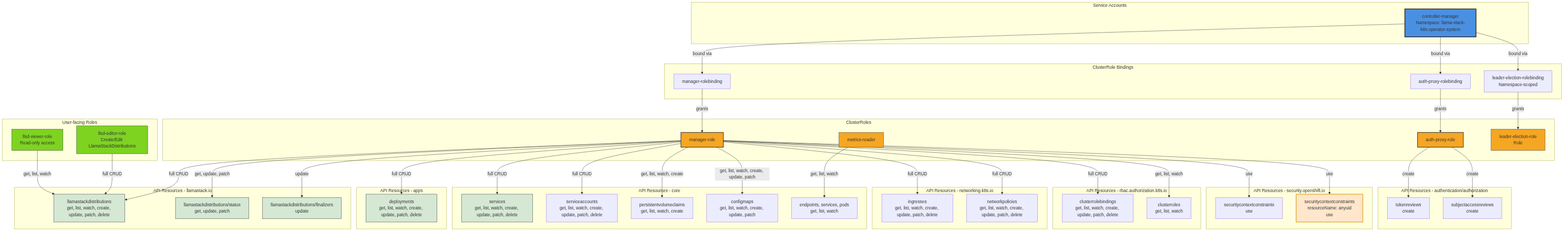
This is architecture/rhoai-2.25/diagrams/llama-stack-k8s-operator-rbac.png from rhuss/architecture-context, a Mermaid export, as it was before one commit. Its source is kept beside it as architecture/rhoai-2.25/diagrams/llama-stack-k8s-operator-rbac.mmd.
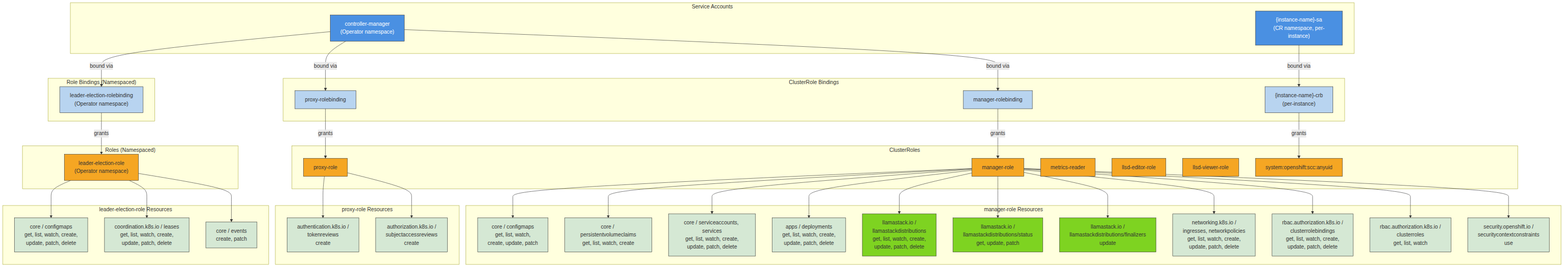
The same file after the commit.

What changed in the source:
```diff
@@ -1,105 +1,113 @@
+
 graph TD
-    subgraph "Service Accounts"
-        SA_Controller[controller-manager<br/>Namespace: llama-stack-k8s-operator-system]
+    subgraph ServiceAccounts["Service Accounts"]
+        SA_CM["controller-manager<br/>(Operator namespace)"]
+        SA_Instance["{instance-name}-sa<br/>(CR namespace, per-instance)"]
     end
 
-    subgraph "ClusterRole Bindings"
-        CRB_Manager[manager-rolebinding]
-        CRB_AuthProxy[auth-proxy-rolebinding]
-        RB_LeaderElection[leader-election-rolebinding<br/>Namespace-scoped]
+    subgraph ClusterRoleBindings["ClusterRole Bindings"]
+        CRB_Manager["manager-rolebinding"]
+        CRB_Proxy["proxy-rolebinding"]
+        CRB_Instance["{instance-name}-crb<br/>(per-instance)"]
     end
 
-    subgraph "ClusterRoles"
-        CR_Manager[manager-role]
-        CR_AuthProxy[auth-proxy-role]
-        CR_MetricsReader[metrics-reader]
-        R_LeaderElection[leader-election-role<br/>Role]
+    subgraph RoleBindings["Role Bindings (Namespaced)"]
+        RB_Leader["leader-election-rolebinding<br/>(Operator namespace)"]
     end
 
-    subgraph "User-facing Roles"
-        CR_Editor[llsd-editor-role<br/>Create/Edit LlamaStackDistributions]
-        CR_Viewer[llsd-viewer-role<br/>Read-only access]
+    subgraph ClusterRoles["ClusterRoles"]
+        CR_Manager["manager-role"]
+        CR_Proxy["proxy-role"]
+        CR_Metrics["metrics-reader"]
+        CR_Editor["llsd-editor-role"]
+        CR_Viewer["llsd-viewer-role"]
+        CR_SCC["system:openshift:scc:anyuid"]
     end
 
-    subgraph "API Resources - llamastack.io"
-        API_LLSD[llamastackdistributions<br/>get, list, watch, create, update, patch, delete]
-        API_LLSD_Status[llamastackdistributions/status<br/>get, update, patch]
-        API_LLSD_Finalizers[llamastackdistributions/finalizers<br/>update]
+    subgraph Roles["Roles (Namespaced)"]
+        R_Leader["leader-election-role<br/>(Operator namespace)"]
     end
 
-    subgraph "API Resources - apps"
-        API_Deployments[deployments<br/>get, list, watch, create, update, patch, delete]
+    subgraph ManagerResources["manager-role Resources"]
+        Res_CM["core / configmaps<br/>get, list, watch,<br/>create, update, patch"]
+        Res_PVC["core / persistentvolumeclaims<br/>get, list, watch, create"]
+        Res_SA_Svc["core / serviceaccounts, services<br/>get, list, watch, create,<br/>update, patch, delete"]
+        Res_Deploy["apps / deployments<br/>get, list, watch, create,<br/>update, patch, delete"]
+        Res_LSD["llamastack.io /<br/>llamastackdistributions<br/>get, list, watch, create,<br/>update, patch, delete"]
+        Res_LSD_Status["llamastack.io /<br/>llamastackdistributions/status<br/>get, update, patch"]
+        Res_LSD_Final["llamastack.io /<br/>llamastackdistributions/finalizers<br/>update"]
+        Res_Net["networking.k8s.io /<br/>ingresses, networkpolicies<br/>get, list, watch, create,<br/>update, patch, delete"]
+        Res_RBAC_CRB["rbac.authorization.k8s.io /<br/>clusterrolebindings<br/>get, list, watch, create,<br/>update, patch, delete"]
+        Res_RBAC_CR["rbac.authorization.k8s.io /<br/>clusterroles<br/>get, list, watch"]
+        Res_SCC["security.openshift.io /<br/>securitycontextconstraints<br/>use"]
     end
 
-    subgraph "API Resources - core"
-        API_Services[services<br/>get, list, watch, create, update, patch, delete]
-        API_ServiceAccounts[serviceaccounts<br/>get, list, watch, create, update, patch, delete]
-        API_PVCs[persistentvolumeclaims<br/>get, list, watch, create]
-        API_ConfigMaps[configmaps<br/>get, list, watch, create, update, patch]
-        API_Metrics[endpoints, services, pods<br/>get, list, watch]
+    subgraph ProxyResources["proxy-role Resources"]
+        Res_TokenReview["authentication.k8s.io /<br/>tokenreviews<br/>create"]
+        Res_SAR["authorization.k8s.io /<br/>subjectaccessreviews<br/>create"]
     end
 
-    subgraph "API Resources - networking.k8s.io"
-        API_Ingresses[ingresses<br/>get, list, watch, create, update, patch, delete]
-        API_NetworkPolicies[networkpolicies<br/>get, list, watch, create, update, patch, delete]
+    subgraph LeaderResources["leader-election-role Resources"]
+        Res_LE_CM["core / configmaps<br/>get, list, watch, create,<br/>update, patch, delete"]
+        Res_Leases["coordination.k8s.io / leases<br/>get, list, watch, create,<br/>update, patch, delete"]
+        Res_Events["core / events<br/>create, patch"]
     end
 
-    subgraph "API Resources - rbac.authorization.k8s.io"
-        API_ClusterRoleBindings[clusterrolebindings<br/>get, list, watch, create, update, patch, delete]
-        API_ClusterRoles[clusterroles<br/>get, list, watch]
-    end
-
-    subgraph "API Resources - security.openshift.io"
-        API_SCC[securitycontextconstraints<br/>use]
-        API_SCC_Anyuid[securitycontextconstraints<br/>resourceName: anyuid<br/>use]
-    end
-
-    subgraph "API Resources - authentication/authorization"
-        API_TokenReviews[tokenreviews<br/>create]
-        API_SubjectAccessReviews[subjectaccessreviews<br/>create]
-    end
-
-    SA_Controller -->|bound via| CRB_Manager
-    SA_Controller -->|bound via| CRB_AuthProxy
-    SA_Controller -->|bound via| RB_LeaderElection
+    SA_CM -->|bound via| CRB_Manager
+    SA_CM -->|bound via| CRB_Proxy
+    SA_CM -->|bound via| RB_Leader
+    SA_Instance -->|bound via| CRB_Instance
 
     CRB_Manager -->|grants| CR_Manager
-    CRB_AuthProxy -->|grants| CR_AuthProxy
-    RB_LeaderElection -->|grants| R_LeaderElection
+    CRB_Proxy -->|grants| CR_Proxy
+    CRB_Instance -->|grants| CR_SCC
+    RB_Leader -->|grants| R_Leader
 
-    CR_Manager -->|full CRUD| API_LLSD
-    CR_Manager -->|get, update, patch| API_LLSD_Status
-    CR_Manager -->|update| API_LLSD_Finalizers
-    CR_Manager -->|full CRUD| API_Deployments
-    CR_Manager -->|full CRUD| API_Services
-    CR_Manager -->|full CRUD| API_ServiceAccounts
-    CR_Manager -->|get, list, watch, create| API_PVCs
-    CR_Manager -->|get, list, watch, create, update, patch| API_ConfigMaps
-    CR_Manager -->|full CRUD| API_Ingresses
-    CR_Manager -->|full CRUD| API_NetworkPolicies
-    CR_Manager -->|full CRUD| API_ClusterRoleBindings
-    CR_Manager -->|get, list, watch| API_ClusterRoles
-    CR_Manager -->|use| API_SCC
-    CR_Manager -->|use| API_SCC_Anyuid
+    CR_Manager --> Res_CM
+    CR_Manager --> Res_PVC
+    CR_Manager --> Res_SA_Svc
+    CR_Manager --> Res_Deploy
+    CR_Manager --> Res_LSD
+    CR_Manager --> Res_LSD_Status
+    CR_Manager --> Res_LSD_Final
+    CR_Manager --> Res_Net
+    CR_Manager --> Res_RBAC_CRB
+    CR_Manager --> Res_RBAC_CR
+    CR_Manager --> Res_SCC
 
-    CR_AuthProxy -->|create| API_TokenReviews
-    CR_AuthProxy -->|create| API_SubjectAccessReviews
+    CR_Proxy --> Res_TokenReview
+    CR_Proxy --> Res_SAR
 
-    CR_MetricsReader -->|get, list, watch| API_Metrics
+    R_Leader --> Res_LE_CM
+    R_Leader --> Res_Leases
+    R_Leader --> Res_Events
 
-    CR_Editor -->|full CRUD| API_LLSD
-    CR_Viewer -->|get, list, watch| API_LLSD
-
-    style SA_Controller fill:#4a90e2,stroke:#333,stroke-width:3px
-    style CR_Manager fill:#f5a623,stroke:#333,stroke-width:2px
-    style CR_AuthProxy fill:#f5a623,stroke:#333,stroke-width:2px
-    style CR_MetricsReader fill:#f5a623,stroke:#333
-    style R_LeaderElection fill:#f5a623,stroke:#333
-    style CR_Editor fill:#7ed321,stroke:#333
-    style CR_Viewer fill:#7ed321,stroke:#333
-    style API_LLSD fill:#d5e8d4,stroke:#333
-    style API_LLSD_Status fill:#d5e8d4,stroke:#333
-    style API_LLSD_Finalizers fill:#d5e8d4,stroke:#333
-    style API_Deployments fill:#d5e8d4,stroke:#333
-    style API_Services fill:#d5e8d4,stroke:#333
-    style API_SCC_Anyuid fill:#ffe6cc,stroke:#d79b00,stroke-width:2px
+    style SA_CM fill:#4a90e2,stroke:#333,color:#fff
+    style SA_Instance fill:#4a90e2,stroke:#333,color:#fff
+    style CRB_Manager fill:#b8d4f0,stroke:#333
+    style CRB_Proxy fill:#b8d4f0,stroke:#333
+    style CRB_Instance fill:#b8d4f0,stroke:#333
+    style RB_Leader fill:#b8d4f0,stroke:#333
+    style CR_Manager fill:#f5a623,stroke:#333
+    style CR_Proxy fill:#f5a623,stroke:#333
+    style CR_Metrics fill:#f5a623,stroke:#333
+    style CR_Editor fill:#f5a623,stroke:#333
+    style CR_Viewer fill:#f5a623,stroke:#333
+    style CR_SCC fill:#f5a623,stroke:#333
+    style R_Leader fill:#f5a623,stroke:#333
+    style Res_LSD fill:#7ed321,stroke:#333
+    style Res_LSD_Status fill:#7ed321,stroke:#333
+    style Res_LSD_Final fill:#7ed321,stroke:#333
+    style Res_CM fill:#d5e8d4,stroke:#333
+    style Res_PVC fill:#d5e8d4,stroke:#333
+    style Res_SA_Svc fill:#d5e8d4,stroke:#333
+    style Res_Deploy fill:#d5e8d4,stroke:#333
+    style Res_Net fill:#d5e8d4,stroke:#333
+    style Res_RBAC_CRB fill:#d5e8d4,stroke:#333
+    style Res_RBAC_CR fill:#d5e8d4,stroke:#333
+    style Res_SCC fill:#d5e8d4,stroke:#333
+    style Res_TokenReview fill:#d5e8d4,stroke:#333
+    style Res_SAR fill:#d5e8d4,stroke:#333
+    style Res_LE_CM fill:#d5e8d4,stroke:#333
+    style Res_Leases fill:#d5e8d4,stroke:#333
+    style Res_Events fill:#d5e8d4,stroke:#333
```
